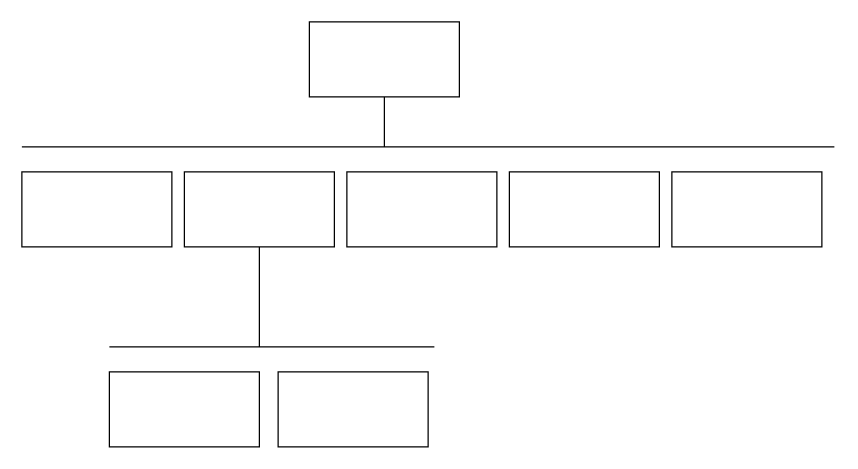
Above: Graphical HTA.drawio in SE-Muhammad-Shamoil/Metro-Companion-APP (draw.io), before the change. Source tidied: cells renumbered, new cells numbered last; positions are measured from the earlier drawing's top-left corner, leaving out a move shared by most shapes. Both pictures are drawn from the tidied source at 125%, with x=0, y=0 at pixel (21, 21).
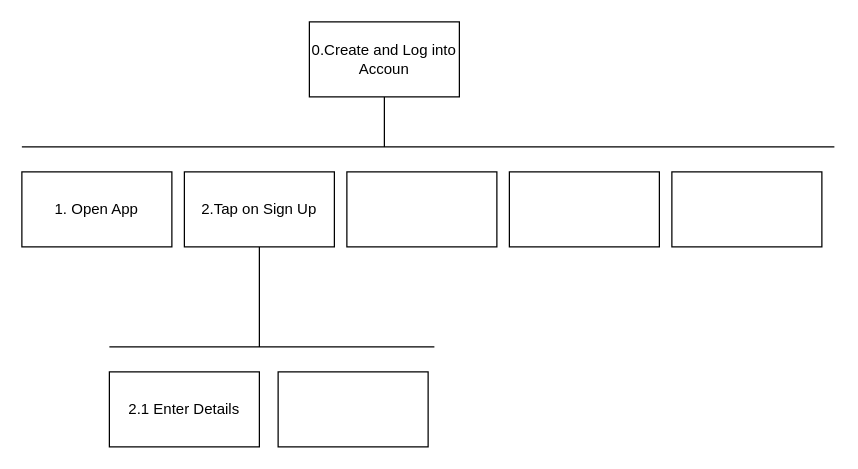
The same diagram, later.

Diff of the diagram source:
```diff
@@
 <mxGraphModel background="#ffffff">
   <root>
     <mxCell id="0" />
     <mxCell id="1" parent="0" />
     <mxCell id="2" style="whiteSpace=wrap;html=1;labelBackgroundColor=none;rounded=0;" parent="1" vertex="1">
       <mxGeometry x="260" y="120" width="120" height="60" as="geometry" />
     </mxCell>
-    <mxCell id="3" style="whiteSpace=wrap;html=1;labelBackgroundColor=none;rounded=0;" parent="1" vertex="1">
+    <mxCell id="3" value="2.Tap on Sign Up" style="whiteSpace=wrap;html=1;labelBackgroundColor=none;rounded=0;" parent="1" vertex="1">
       <mxGeometry x="130" y="120" width="120" height="60" as="geometry" />
     </mxCell>
-    <mxCell id="4" style="whiteSpace=wrap;html=1;labelBackgroundColor=none;rounded=0;" parent="1" vertex="1">
+    <mxCell id="4" value="1. Open App" style="whiteSpace=wrap;html=1;labelBackgroundColor=none;rounded=0;" parent="1" vertex="1">
       <mxGeometry y="120" width="120" height="60" as="geometry" />
     </mxCell>
     <mxCell id="5" style="whiteSpace=wrap;html=1;labelBackgroundColor=none;rounded=0;" parent="1" vertex="1">
       <mxGeometry x="390" y="120" width="120" height="60" as="geometry" />
     </mxCell>
-    <mxCell id="6" style="whiteSpace=wrap;html=1;labelBackgroundColor=none;rounded=0;" parent="1" vertex="1">
+    <mxCell id="6" value="0.Create and Log into Accoun" style="whiteSpace=wrap;html=1;labelBackgroundColor=none;rounded=0;" parent="1" vertex="1">
       <mxGeometry x="230" width="120" height="60" as="geometry" />
     </mxCell>
     <mxCell id="7" style="whiteSpace=wrap;html=1;labelBackgroundColor=none;rounded=0;" parent="1" vertex="1">
       <mxGeometry x="520" y="120" width="120" height="60" as="geometry" />
     </mxCell>
     <mxCell id="8" style="endArrow=none;html=1;rounded=0;labelBackgroundColor=none;fontColor=default;" parent="1" edge="1">
       <mxGeometry relative="1" as="geometry">
         <mxPoint y="100" as="sourcePoint" />
         <mxPoint x="650" y="100" as="targetPoint" />
       </mxGeometry>
     </mxCell>
     <mxCell id="9" style="endArrow=none;html=1;rounded=0;entryX=0.5;entryY=1;entryDx=0;entryDy=0;labelBackgroundColor=none;fontColor=default;" parent="1" edge="1" target="6">
       <mxGeometry relative="1" as="geometry">
         <mxPoint x="290" y="100" as="sourcePoint" />
       </mxGeometry>
     </mxCell>
-    <mxCell id="10" style="whiteSpace=wrap;html=1;labelBackgroundColor=none;rounded=0;" parent="1" vertex="1">
+    <mxCell id="10" value="2.1 Enter Details" style="whiteSpace=wrap;html=1;labelBackgroundColor=none;rounded=0;" parent="1" vertex="1">
       <mxGeometry x="70" y="280" width="120" height="60" as="geometry" />
     </mxCell>
     <mxCell id="11" style="endArrow=none;html=1;rounded=0;entryX=0.5;entryY=1;entryDx=0;entryDy=0;labelBackgroundColor=none;fontColor=default;" parent="1" edge="1" target="3">
       <mxGeometry relative="1" as="geometry">
         <mxPoint x="190" y="260" as="sourcePoint" />
       </mxGeometry>
     </mxCell>
     <mxCell id="12" style="endArrow=none;html=1;rounded=0;labelBackgroundColor=none;fontColor=default;" parent="1" edge="1">
       <mxGeometry relative="1" as="geometry">
         <mxPoint x="70" y="260" as="sourcePoint" />
         <mxPoint x="330" y="260" as="targetPoint" />
       </mxGeometry>
     </mxCell>
     <mxCell id="13" style="whiteSpace=wrap;html=1;labelBackgroundColor=none;rounded=0;" parent="1" vertex="1">
       <mxGeometry x="205" y="280" width="120" height="60" as="geometry" />
     </mxCell>
   </root>
 </mxGraphModel>
```
